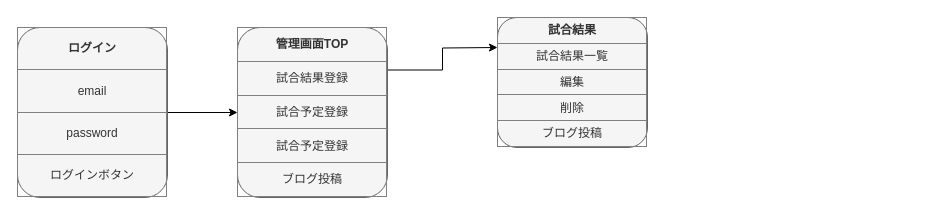
Earlier version of the draw.io diagram doc/cms.dio (Ryota-Tanaka/victors_nuxt). Source tidied: cells renumbered, new cells numbered last; positions are measured from the earlier drawing's top-left corner, leaving out a move shared by most shapes. Both pictures are drawn from the tidied source at 100%, with x=0, y=0 at pixel (17, 17).
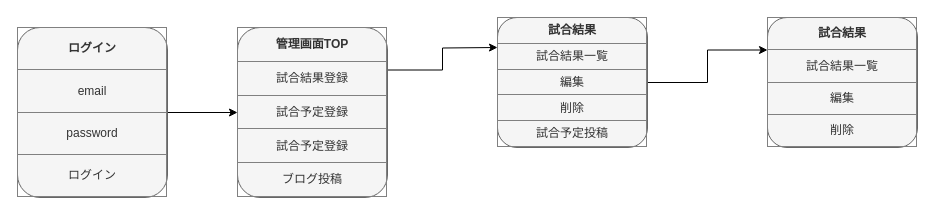
After the change.

Commit message:
遷移図修正

What changed in the source:
```diff
@@
 <mxGraphModel>
   <root>
     <mxCell id="0" />
     <mxCell id="1" parent="0" />
     <mxCell id="2" style="edgeStyle=orthogonalEdgeStyle;rounded=0;jettySize=auto;html=1;entryX=0;entryY=0.5;entryDx=0;entryDy=0;" parent="1" edge="1" source="3" target="5">
       <mxGeometry relative="1" as="geometry" />
     </mxCell>
-    <mxCell id="3" value="&lt;table border=&quot;1&quot; width=&quot;100%&quot; cellpadding=&quot;4&quot; style=&quot;width: 100% ; height: 100% ; border-collapse: collapse&quot;&gt;&lt;tbody&gt;&lt;tr&gt;&lt;th&gt;&lt;b&gt;ログイン&lt;/b&gt;&lt;/th&gt;&lt;/tr&gt;&lt;tr&gt;&lt;td&gt;email&lt;/td&gt;&lt;/tr&gt;&lt;tr&gt;&lt;td&gt;password&lt;br&gt;&lt;/td&gt;&lt;/tr&gt;&lt;tr&gt;&lt;td&gt;ログインボタン&lt;/td&gt;&lt;/tr&gt;&lt;/tbody&gt;&lt;/table&gt;" style="text;html=1;overflow=fill;fillColor=#f5f5f5;strokeColor=#666666;fontColor=#333333;rounded=1;align=center;" parent="1" vertex="1">
+    <mxCell id="3" value="&lt;table border=&quot;1&quot; width=&quot;100%&quot; cellpadding=&quot;4&quot; style=&quot;width: 100% ; height: 100% ; border-collapse: collapse&quot;&gt;&lt;tbody&gt;&lt;tr&gt;&lt;th&gt;&lt;b&gt;ログイン&lt;/b&gt;&lt;/th&gt;&lt;/tr&gt;&lt;tr&gt;&lt;td&gt;email&lt;/td&gt;&lt;/tr&gt;&lt;tr&gt;&lt;td&gt;password&lt;br&gt;&lt;/td&gt;&lt;/tr&gt;&lt;tr&gt;&lt;td&gt;ログイン&lt;/td&gt;&lt;/tr&gt;&lt;/tbody&gt;&lt;/table&gt;" style="text;html=1;overflow=fill;fillColor=#f5f5f5;strokeColor=#666666;fontColor=#333333;rounded=1;align=center;" parent="1" vertex="1">
       <mxGeometry y="10" width="150" height="170" as="geometry" />
     </mxCell>
     <mxCell id="4" style="edgeStyle=orthogonalEdgeStyle;rounded=0;jettySize=auto;html=1;exitX=1;exitY=0.25;exitDx=0;exitDy=0;" parent="1" edge="1" source="5">
       <mxGeometry relative="1" as="geometry">
         <mxPoint x="480" y="30" as="targetPoint" />
       </mxGeometry>
     </mxCell>
     <mxCell id="5" value="&lt;table border=&quot;1&quot; width=&quot;100%&quot; cellpadding=&quot;4&quot; style=&quot;width: 100% ; height: 100% ; border-collapse: collapse&quot;&gt;&lt;tbody&gt;&lt;tr&gt;&lt;th&gt;管理画面TOP&lt;/th&gt;&lt;/tr&gt;&lt;tr&gt;&lt;td&gt;試合結果登録&lt;/td&gt;&lt;/tr&gt;&lt;tr&gt;&lt;td&gt;試合予定登録&lt;/td&gt;&lt;/tr&gt;&lt;tr&gt;&lt;td&gt;試合予定登録&lt;br&gt;&lt;/td&gt;&lt;/tr&gt;&lt;tr&gt;&lt;td&gt;ブログ投稿&lt;/td&gt;&lt;/tr&gt;&lt;/tbody&gt;&lt;/table&gt;" style="text;html=1;overflow=fill;fillColor=#f5f5f5;strokeColor=#666666;fontColor=#333333;rounded=1;align=center;" parent="1" vertex="1">
       <mxGeometry x="220" y="10" width="150" height="170" as="geometry" />
     </mxCell>
+    <mxCell id="7" style="edgeStyle=orthogonalEdgeStyle;rounded=0;jettySize=auto;html=1;exitX=1;exitY=0.5;exitDx=0;exitDy=0;entryX=0;entryY=0.25;entryDx=0;entryDy=0;" parent="1" edge="1" source="6" target="8">
+      <mxGeometry relative="1" as="geometry" />
+    </mxCell>
-    <mxCell id="6" value="&lt;table border=&quot;1&quot; width=&quot;100%&quot; cellpadding=&quot;4&quot; style=&quot;width: 100% ; height: 100% ; border-collapse: collapse&quot;&gt;&lt;tbody&gt;&lt;tr&gt;&lt;th&gt;試合結果&lt;/th&gt;&lt;/tr&gt;&lt;tr&gt;&lt;td&gt;試合結果一覧&lt;/td&gt;&lt;/tr&gt;&lt;tr&gt;&lt;td&gt;編集&lt;/td&gt;&lt;/tr&gt;&lt;tr&gt;&lt;td&gt;削除&lt;br&gt;&lt;/td&gt;&lt;/tr&gt;&lt;tr&gt;&lt;td&gt;ブログ投稿&lt;/td&gt;&lt;/tr&gt;&lt;/tbody&gt;&lt;/table&gt;" style="text;html=1;overflow=fill;fillColor=#f5f5f5;strokeColor=#666666;fontColor=#333333;rounded=1;align=center;" parent="1" vertex="1">
+    <mxCell id="6" value="&lt;table border=&quot;1&quot; width=&quot;100%&quot; cellpadding=&quot;4&quot; style=&quot;width: 100% ; height: 100% ; border-collapse: collapse&quot;&gt;&lt;tbody&gt;&lt;tr&gt;&lt;th&gt;試合結果&lt;/th&gt;&lt;/tr&gt;&lt;tr&gt;&lt;td&gt;試合結果一覧&lt;/td&gt;&lt;/tr&gt;&lt;tr&gt;&lt;td&gt;編集&lt;/td&gt;&lt;/tr&gt;&lt;tr&gt;&lt;td&gt;削除&lt;br&gt;&lt;/td&gt;&lt;/tr&gt;&lt;tr&gt;&lt;td&gt;試合予定投稿&lt;/td&gt;&lt;/tr&gt;&lt;/tbody&gt;&lt;/table&gt;" style="text;html=1;overflow=fill;fillColor=#f5f5f5;strokeColor=#666666;fontColor=#333333;rounded=1;align=center;" parent="1" vertex="1">
       <mxGeometry x="480" width="150" height="130" as="geometry" />
     </mxCell>
+    <mxCell id="8" value="&lt;table border=&quot;1&quot; width=&quot;100%&quot; cellpadding=&quot;4&quot; style=&quot;width: 100% ; height: 100% ; border-collapse: collapse&quot;&gt;&lt;tbody&gt;&lt;tr&gt;&lt;th&gt;試合結果&lt;/th&gt;&lt;/tr&gt;&lt;tr&gt;&lt;td&gt;試合結果一覧&lt;/td&gt;&lt;/tr&gt;&lt;tr&gt;&lt;td&gt;編集&lt;/td&gt;&lt;/tr&gt;&lt;tr&gt;&lt;td&gt;削除&lt;br&gt;&lt;/td&gt;&lt;/tr&gt;&lt;/tbody&gt;&lt;/table&gt;" style="text;html=1;overflow=fill;fillColor=#f5f5f5;strokeColor=#666666;fontColor=#333333;rounded=1;align=center;" parent="1" vertex="1">
+      <mxGeometry x="750" width="150" height="130" as="geometry" />
+    </mxCell>
   </root>
 </mxGraphModel>
```
